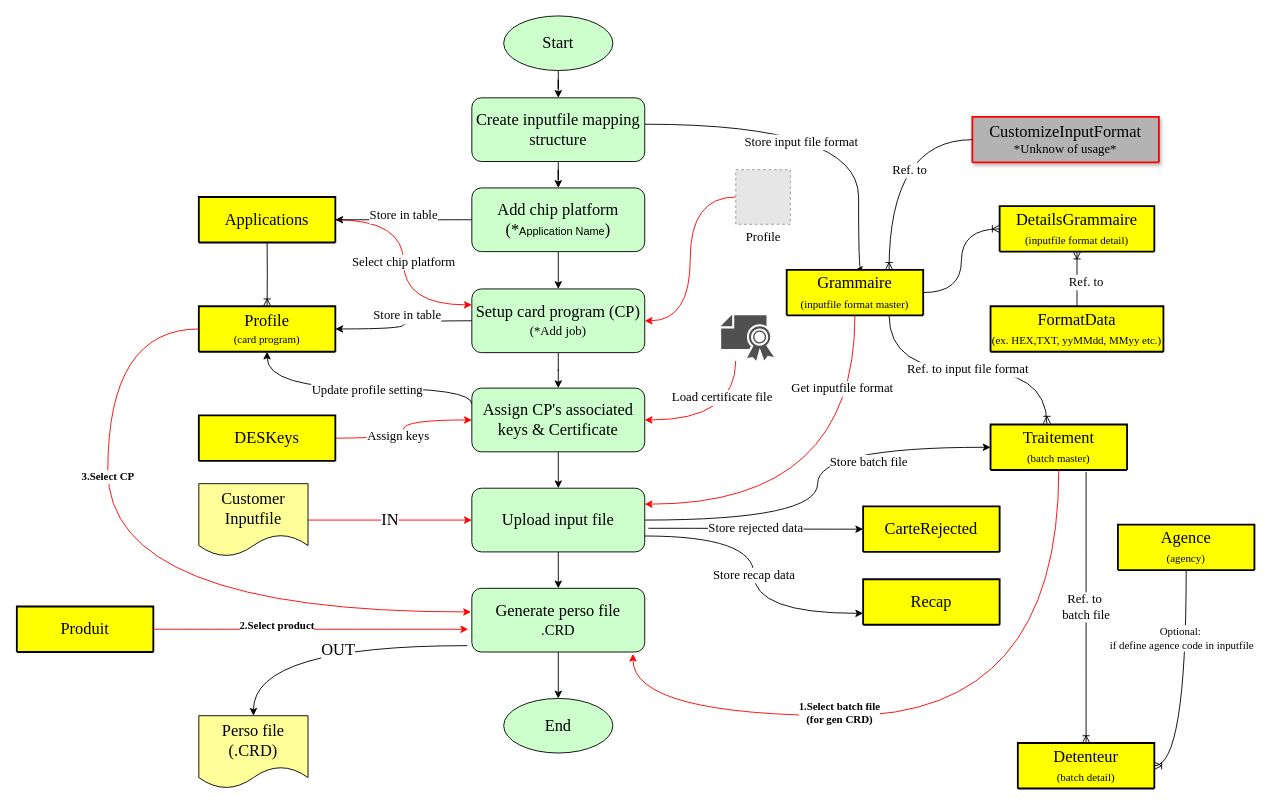
This is page "SmartCPS Core" (1 of 2) of smartcps.drawio from delphihero/MyDocument, a draw.io file, before an edit. Source tidied: cells renumbered, new cells numbered last; positions are measured from the earlier drawing's top-left corner, leaving out a move shared by most shapes. Both pictures are drawn from the tidied source at 91%, with x=0, y=0 at pixel (16, 15). Pictures stored in the file or linked from it are replaced by grey dashed boxes.
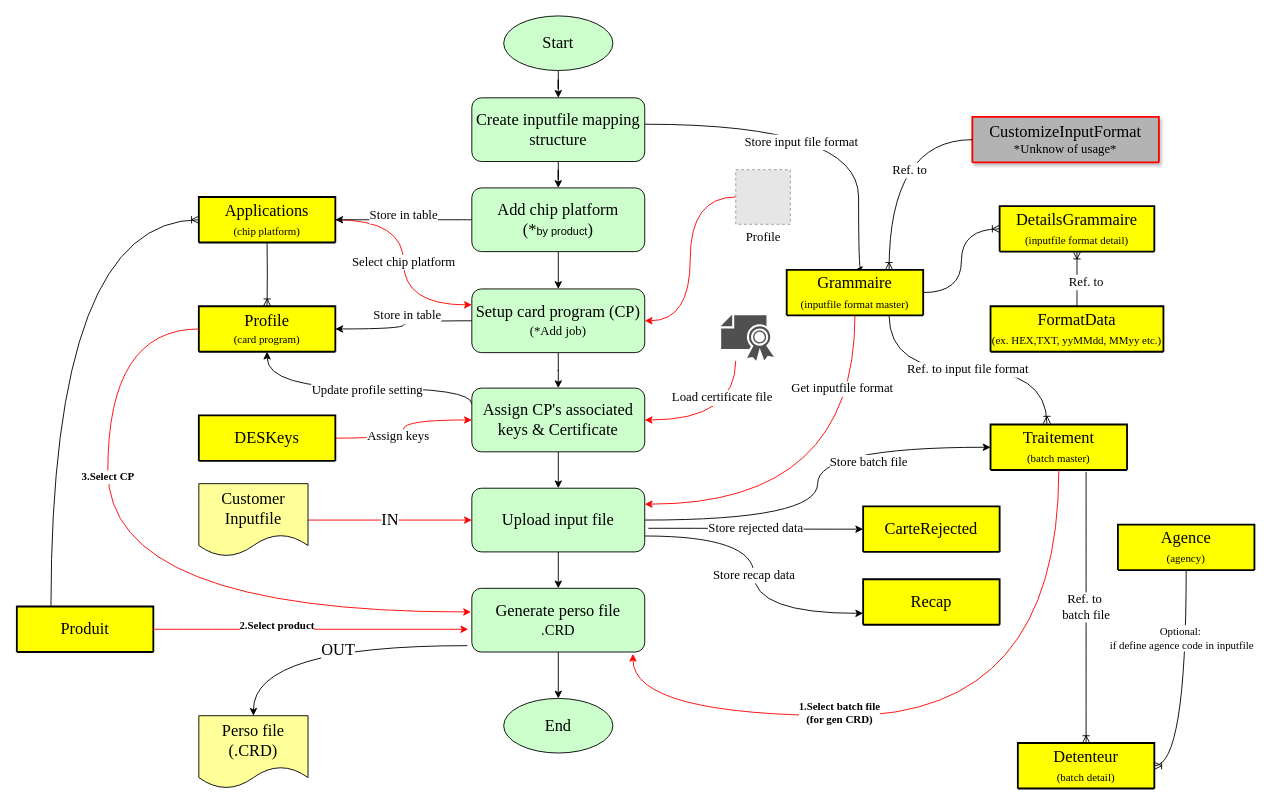
The same diagram, later.

Unchanged cells that the change refers to:
```xml
<mxCell id="62" value="&lt;font style=&quot;font-size: 18px;&quot; face=&quot;Garamond&quot;&gt;Produit&lt;/font&gt;" style="swimlane;horizontal=1;startSize=50;rounded=1;fontSize=14;fontStyle=0;strokeWidth=2;shadow=0;dashed=0;align=center;arcSize=4;whiteSpace=wrap;html=1;fillColor=#FFFF00;" parent="1" vertex="1" collapsed="1">
  <mxGeometry y="649" width="150" height="50" as="geometry" />
</mxCell>
```

Change to the diagram source:
```diff
@@
-    <mxCell id="30" value="&lt;font style=&quot;font-size: 18px;&quot; face=&quot;Garamond&quot;&gt;Applications&lt;/font&gt;" style="swimlane;horizontal=1;startSize=50;rounded=1;fontSize=14;fontStyle=0;strokeWidth=2;shadow=0;dashed=0;align=center;arcSize=4;whiteSpace=wrap;html=1;fillColor=#FFFF00;" parent="1" vertex="1" collapsed="1">
+    <mxCell id="30" value="&lt;div&gt;&lt;font style=&quot;font-size: 18px;&quot; face=&quot;Garamond&quot;&gt;Applications&lt;/font&gt;&lt;/div&gt;&lt;div&gt;&lt;font style=&quot;font-size: 12px;&quot; face=&quot;Garamond&quot;&gt;(chip platform)&lt;/font&gt;&lt;font size=&quot;3&quot; face=&quot;Garamond&quot;&gt;&lt;br&gt;&lt;/font&gt;&lt;/div&gt;" style="swimlane;horizontal=1;startSize=50;rounded=1;fontSize=14;fontStyle=0;strokeWidth=2;shadow=0;dashed=0;align=center;arcSize=4;whiteSpace=wrap;html=1;fillColor=#FFFF00;" parent="1" vertex="1" collapsed="1">
       <mxGeometry x="200" y="199" width="150" height="50" as="geometry" />
     </mxCell>
@@
-    <mxCell id="34" value="&lt;div&gt;&lt;font style=&quot;font-size: 18px;&quot; face=&quot;Garamond&quot;&gt;Add chip platform&lt;/font&gt;&lt;/div&gt;&lt;div&gt;&lt;font style=&quot;font-size: 18px;&quot; face=&quot;Garamond&quot;&gt;(*&lt;/font&gt;Application Name&lt;font style=&quot;font-size: 18px;&quot; face=&quot;Garamond&quot;&gt;)&lt;br&gt;&lt;/font&gt;&lt;/div&gt;" style="rounded=1;whiteSpace=wrap;html=1;fillColor=#CCFFCC;" parent="1" vertex="1">
+    <mxCell id="34" value="&lt;div&gt;&lt;font style=&quot;font-size: 18px;&quot; face=&quot;Garamond&quot;&gt;Add chip platform&lt;/font&gt;&lt;/div&gt;&lt;div&gt;&lt;font style=&quot;font-size: 18px;&quot; face=&quot;Garamond&quot;&gt;(*&lt;/font&gt;by product&lt;font style=&quot;font-size: 18px;&quot; face=&quot;Garamond&quot;&gt;)&lt;br&gt;&lt;/font&gt;&lt;/div&gt;" style="rounded=1;whiteSpace=wrap;html=1;fillColor=#CCFFCC;" parent="1" vertex="1">
       <mxGeometry x="500" y="189" width="190" height="70" as="geometry" />
     </mxCell>
@@
+    <mxCell id="67" style="edgeStyle=orthogonalEdgeStyle;fontSize=12;html=1;endArrow=ERoneToMany;rounded=0;curved=1;exitX=0.25;exitY=0;exitDx=0;exitDy=0;entryX=0;entryY=0.5;entryDx=0;entryDy=0;" parent="1" edge="1" source="62" target="30">
+      <mxGeometry relative="1" as="geometry" />
+    </mxCell>
```
